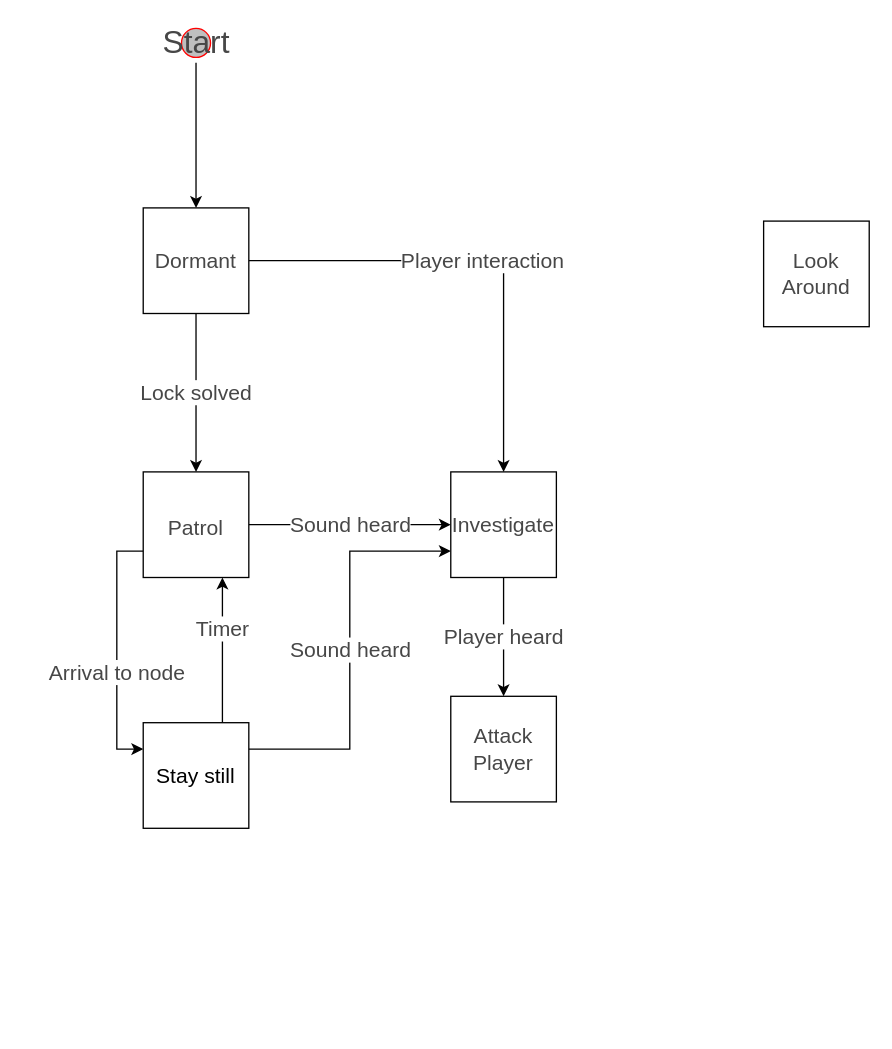
Above: Roots of Eeveel/Assets/AI_FSM_Diagram.drawio in ilkp/Roots-of-Eeveel (draw.io), before the change. Source tidied: cells renumbered, new cells numbered last; positions are measured from the earlier drawing's top-left corner, leaving out a move shared by most shapes. Both pictures are drawn from the tidied source at 132%, with x=0, y=0 at pixel (143, 22).
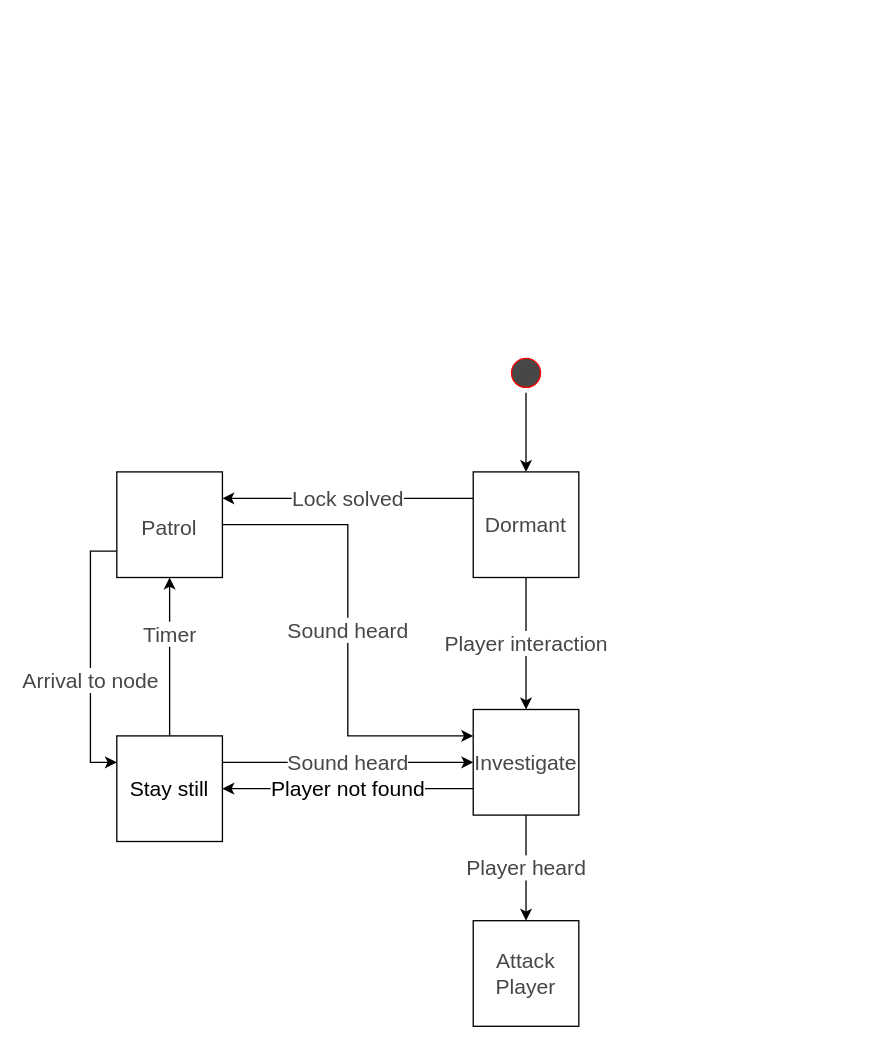
Above is the later version.

Commit message:
ai fsm diagram update

Diff of the diagram source:
```diff
@@
 <mxGraphModel>
   <root>
     <mxCell id="0" />
     <mxCell id="1" parent="0" />
-    <mxCell id="2" value="Timer" style="edgeStyle=orthogonalEdgeStyle;rounded=0;jettySize=auto;html=1;exitX=0.75;exitY=0;exitDx=0;exitDy=0;entryX=0.75;entryY=1;entryDx=0;entryDy=0;fontSize=16;fontColor=#474747;" parent="1" edge="1" source="4" target="9">
+    <mxCell id="2" value="Timer" style="edgeStyle=orthogonalEdgeStyle;rounded=0;jettySize=auto;html=1;exitX=0.5;exitY=0;exitDx=0;exitDy=0;entryX=0.5;entryY=1;entryDx=0;entryDy=0;fontSize=16;fontColor=#474747;" parent="1" edge="1" source="4" target="9">
       <mxGeometry x="0.29" relative="1" as="geometry" />
     </mxCell>
-    <mxCell id="3" value="Sound heard" style="edgeStyle=orthogonalEdgeStyle;rounded=0;jettySize=auto;html=1;exitX=1;exitY=0.25;exitDx=0;exitDy=0;entryX=0;entryY=0.75;entryDx=0;entryDy=0;fontSize=16;fontColor=#474747;" parent="1" edge="1" source="4" target="11">
+    <mxCell id="3" value="Sound heard" style="edgeStyle=orthogonalEdgeStyle;rounded=0;jettySize=auto;html=1;exitX=1;exitY=0.25;exitDx=0;exitDy=0;entryX=0;entryY=0.5;entryDx=0;entryDy=0;fontSize=16;fontColor=#474747;" parent="1" edge="1" source="4" target="11">
       <mxGeometry relative="1" as="geometry" />
     </mxCell>
     <mxCell id="4" value="&lt;font style=&quot;font-size: 16px&quot;&gt;Stay still&lt;/font&gt;" style="rounded=0;whiteSpace=wrap;html=1;" parent="1" vertex="1">
-      <mxGeometry y="530" width="80" height="80" as="geometry" />
+      <mxGeometry x="-20" y="540" width="80" height="80" as="geometry" />
     </mxCell>
-    <mxCell id="5" style="edgeStyle=orthogonalEdgeStyle;rounded=0;jettySize=auto;html=1;entryX=0.5;entryY=0;entryDx=0;entryDy=0;fontSize=16;fontColor=#474747;" parent="1" edge="1" source="6" target="16">
+    <mxCell id="5" style="edgeStyle=orthogonalEdgeStyle;rounded=0;jettySize=auto;html=1;exitX=0.5;exitY=1;exitDx=0;exitDy=0;entryX=0.5;entryY=0;entryDx=0;entryDy=0;" parent="1" edge="1" source="6" target="16">
       <mxGeometry relative="1" as="geometry" />
     </mxCell>
-    <mxCell id="6" value="Start&lt;br style=&quot;font-size: 24px;&quot;&gt;" style="ellipse;html=1;shape=startState;fillColor=#BFBFBF;strokeColor=#ff0000;fontColor=#474747;fontSize=24;" parent="1" vertex="1">
-      <mxGeometry x="25" width="30" height="30" as="geometry" />
+    <mxCell id="6" value="&lt;br&gt;" style="ellipse;html=1;shape=startState;fillColor=#474747;strokeColor=#ff0000;fontColor=#474747;fontSize=24;" parent="1" vertex="1">
+      <mxGeometry x="275" y="250" width="30" height="30" as="geometry" />
     </mxCell>
-    <mxCell id="7" value="Sound heard" style="edgeStyle=orthogonalEdgeStyle;rounded=0;jettySize=auto;html=1;exitX=1;exitY=0.5;exitDx=0;exitDy=0;entryX=0;entryY=0.5;entryDx=0;entryDy=0;fontSize=16;fontColor=#474747;" parent="1" edge="1" source="9" target="11">
+    <mxCell id="7" value="Sound heard" style="edgeStyle=orthogonalEdgeStyle;rounded=0;jettySize=auto;html=1;exitX=1;exitY=0.5;exitDx=0;exitDy=0;entryX=0;entryY=0.25;entryDx=0;entryDy=0;fontSize=16;fontColor=#474747;" parent="1" edge="1" source="9" target="11">
       <mxGeometry relative="1" as="geometry" />
     </mxCell>
     <mxCell id="8" value="Arrival to node" style="edgeStyle=orthogonalEdgeStyle;rounded=0;jettySize=auto;html=1;exitX=0;exitY=0.75;exitDx=0;exitDy=0;entryX=0;entryY=0.25;entryDx=0;entryDy=0;fontSize=16;fontColor=#474747;" parent="1" edge="1" source="9" target="4">
       <mxGeometry x="0.18" relative="1" as="geometry" />
     </mxCell>
     <mxCell id="9" value="&lt;font style=&quot;font-size: 16px&quot;&gt;Patrol&lt;br&gt;&lt;/font&gt;" style="rounded=0;whiteSpace=wrap;html=1;fillColor=#FFFFFF;fontSize=24;fontColor=#474747;" parent="1" vertex="1">
-      <mxGeometry y="340" width="80" height="80" as="geometry" />
+      <mxGeometry x="-20" y="340" width="80" height="80" as="geometry" />
     </mxCell>
     <mxCell id="10" value="Player heard" style="edgeStyle=orthogonalEdgeStyle;rounded=0;jettySize=auto;html=1;exitX=0.5;exitY=1;exitDx=0;exitDy=0;entryX=0.5;entryY=0;entryDx=0;entryDy=0;fontSize=16;fontColor=#474747;" parent="1" edge="1" source="11" target="13">
       <mxGeometry relative="1" as="geometry" />
     </mxCell>
+    <mxCell id="17" value="Player not found" style="edgeStyle=orthogonalEdgeStyle;rounded=0;jettySize=auto;html=1;exitX=0;exitY=0.75;exitDx=0;exitDy=0;entryX=1;entryY=0.5;entryDx=0;entryDy=0;fontSize=16;" parent="1" edge="1" source="11" target="4">
+      <mxGeometry relative="1" as="geometry" />
+    </mxCell>
     <mxCell id="11" value="Investigate" style="rounded=0;whiteSpace=wrap;html=1;fillColor=#FFFFFF;fontSize=16;fontColor=#474747;" parent="1" vertex="1">
-      <mxGeometry x="233" y="340" width="80" height="80" as="geometry" />
+      <mxGeometry x="250" y="520" width="80" height="80" as="geometry" />
     </mxCell>
-    <mxCell id="12" value="Look Around" style="rounded=0;whiteSpace=wrap;html=1;fillColor=#FFFFFF;fontSize=16;fontColor=#474747;" parent="1" vertex="1">
-      <mxGeometry x="470" y="150" width="80" height="80" as="geometry" />
-    </mxCell>
     <mxCell id="13" value="Attack Player" style="rounded=0;whiteSpace=wrap;html=1;fillColor=#FFFFFF;fontSize=16;fontColor=#474747;" parent="1" vertex="1">
-      <mxGeometry x="233" y="510" width="80" height="80" as="geometry" />
+      <mxGeometry x="250" y="680" width="80" height="80" as="geometry" />
     </mxCell>
-    <mxCell id="14" value="Player interaction" style="edgeStyle=orthogonalEdgeStyle;rounded=0;jettySize=auto;html=1;exitX=1;exitY=0.5;exitDx=0;exitDy=0;entryX=0.5;entryY=0;entryDx=0;entryDy=0;fontSize=16;fontColor=#474747;" parent="1" edge="1" source="16" target="11">
+    <mxCell id="14" value="Player interaction" style="edgeStyle=orthogonalEdgeStyle;rounded=0;jettySize=auto;html=1;exitX=0.5;exitY=1;exitDx=0;exitDy=0;entryX=0.5;entryY=0;entryDx=0;entryDy=0;fontSize=16;fontColor=#474747;" parent="1" edge="1" source="16" target="11">
       <mxGeometry relative="1" as="geometry" />
     </mxCell>
-    <mxCell id="15" value="Lock solved" style="edgeStyle=orthogonalEdgeStyle;rounded=0;jettySize=auto;html=1;exitX=0.5;exitY=1;exitDx=0;exitDy=0;fontSize=16;fontColor=#474747;" parent="1" edge="1" source="16" target="9">
+    <mxCell id="15" value="Lock solved" style="edgeStyle=orthogonalEdgeStyle;rounded=0;jettySize=auto;html=1;exitX=0;exitY=0.25;exitDx=0;exitDy=0;fontSize=16;fontColor=#474747;entryX=1;entryY=0.25;entryDx=0;entryDy=0;" parent="1" edge="1" source="16" target="9">
       <mxGeometry relative="1" as="geometry" />
     </mxCell>
     <mxCell id="16" value="Dormant" style="rounded=0;whiteSpace=wrap;html=1;fillColor=#FFFFFF;fontSize=16;fontColor=#474747;" parent="1" vertex="1">
-      <mxGeometry y="140" width="80" height="80" as="geometry" />
+      <mxGeometry x="250" y="340" width="80" height="80" as="geometry" />
     </mxCell>
   </root>
 </mxGraphModel>
```
